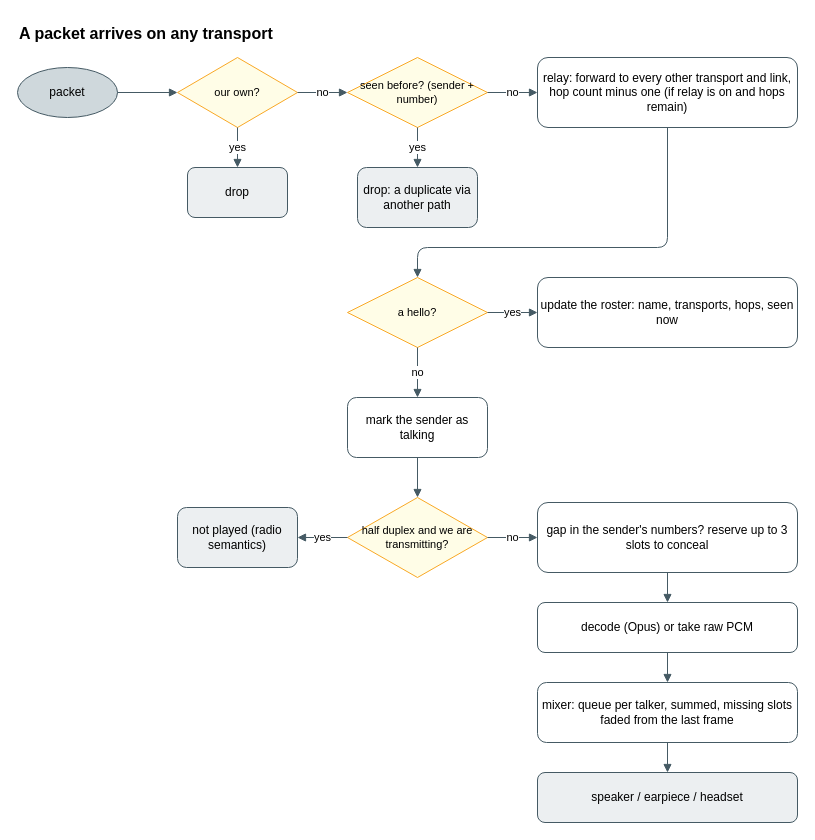
Above: docs/diagrams/packet-flow.drawio in KEGustafsson/android-push-to-talk (draw.io), before the change. Source tidied: cells renumbered, new cells numbered last; positions are measured from the earlier drawing's top-left corner, leaving out a move shared by most shapes. Both pictures are drawn from the tidied source at 100%, with x=0, y=0 at pixel (17, 17).
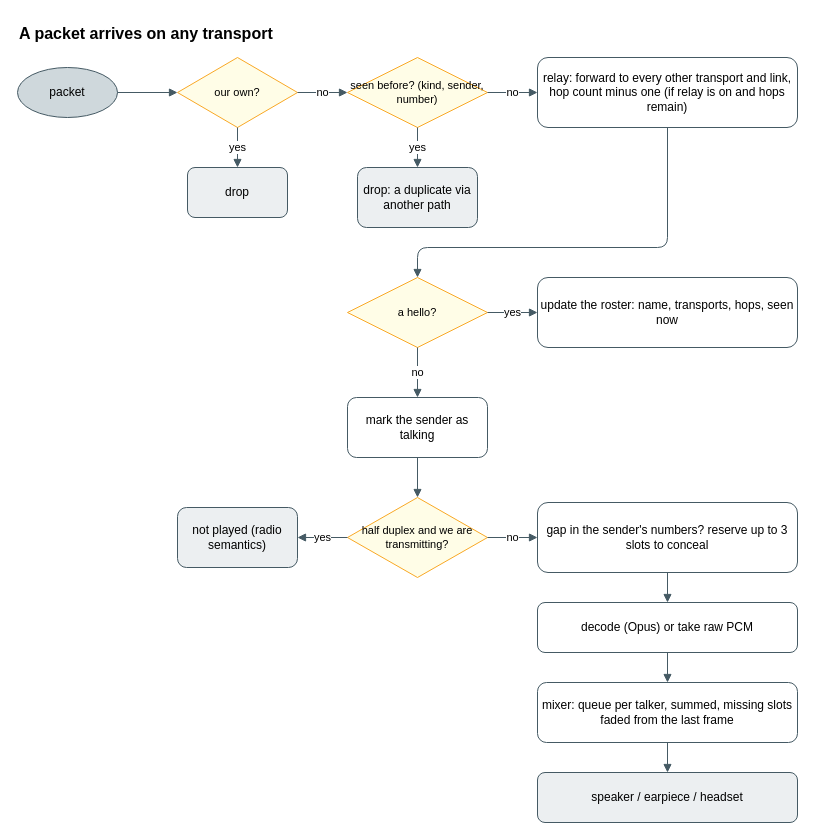
Above is the later version.

Commit message (it also covers changes not shown here):
Address review: per-kind dedup key, relay is a setting, qualified notes, settings mock-up fits

The edit, as a diff of the source:
```diff
@@
-    <mxCell id="5" value="seen before? (sender + number)" style="rhombus;whiteSpace=wrap;html=1;fontFamily=Helvetica;fontSize=11;fillColor=#FFFDE7;strokeColor=#F9A825;" parent="1" vertex="1">
+    <mxCell id="5" value="seen before? (kind, sender, number)" style="rhombus;whiteSpace=wrap;html=1;fontFamily=Helvetica;fontSize=11;fillColor=#FFFDE7;strokeColor=#F9A825;" parent="1" vertex="1">
       <mxGeometry x="330" y="40" width="140" height="70" as="geometry" />
     </mxCell>
```
